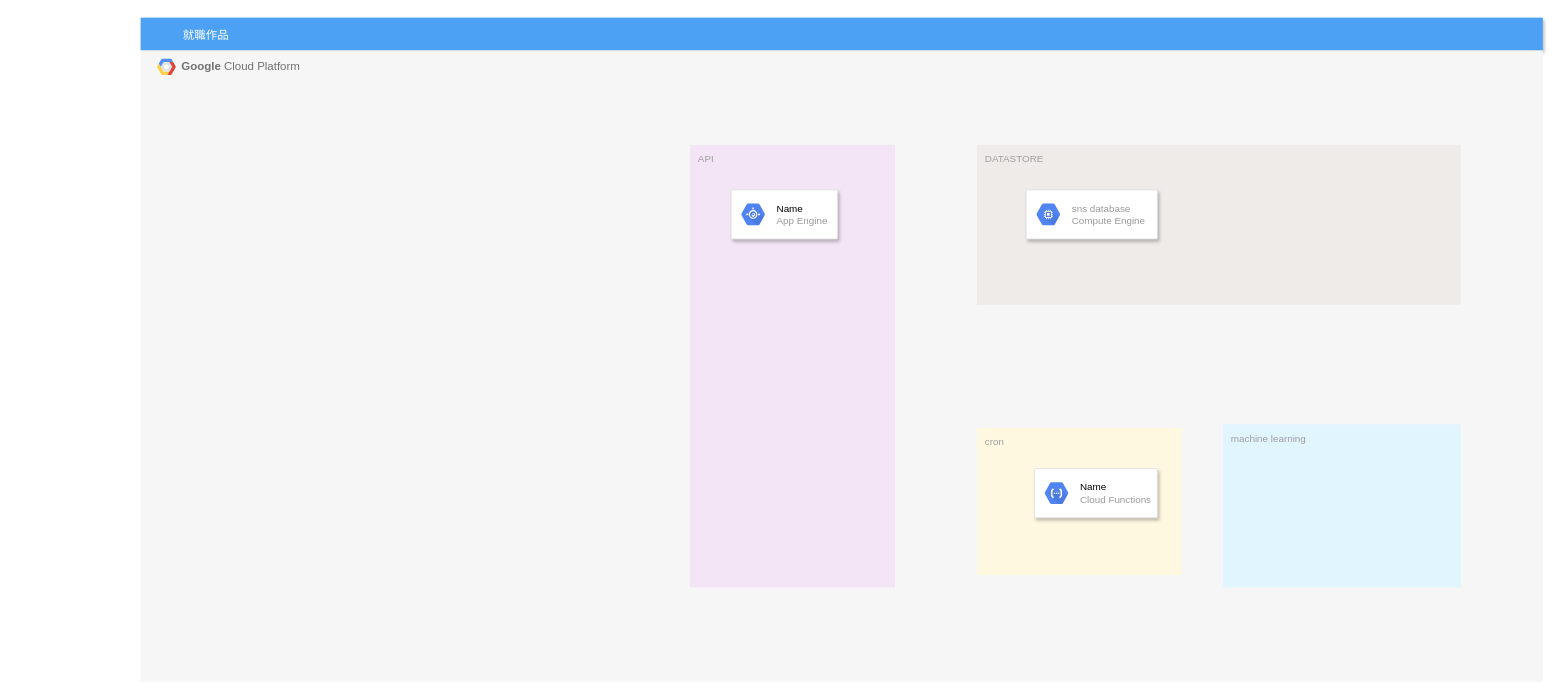
Azu0925/syusyokusakuhin keeps this draw.io diagram as doc/infrastructure/infrastructure.drawio. Above is the earlier version. Source tidied: cells renumbered, new cells numbered last; positions are measured from the earlier drawing's top-left corner, leaving out a move shared by most shapes. Both pictures are drawn from the tidied source at 82%, with x=0, y=0 at pixel (140, 17). Pictures stored in the file or linked from it are replaced by grey dashed boxes.
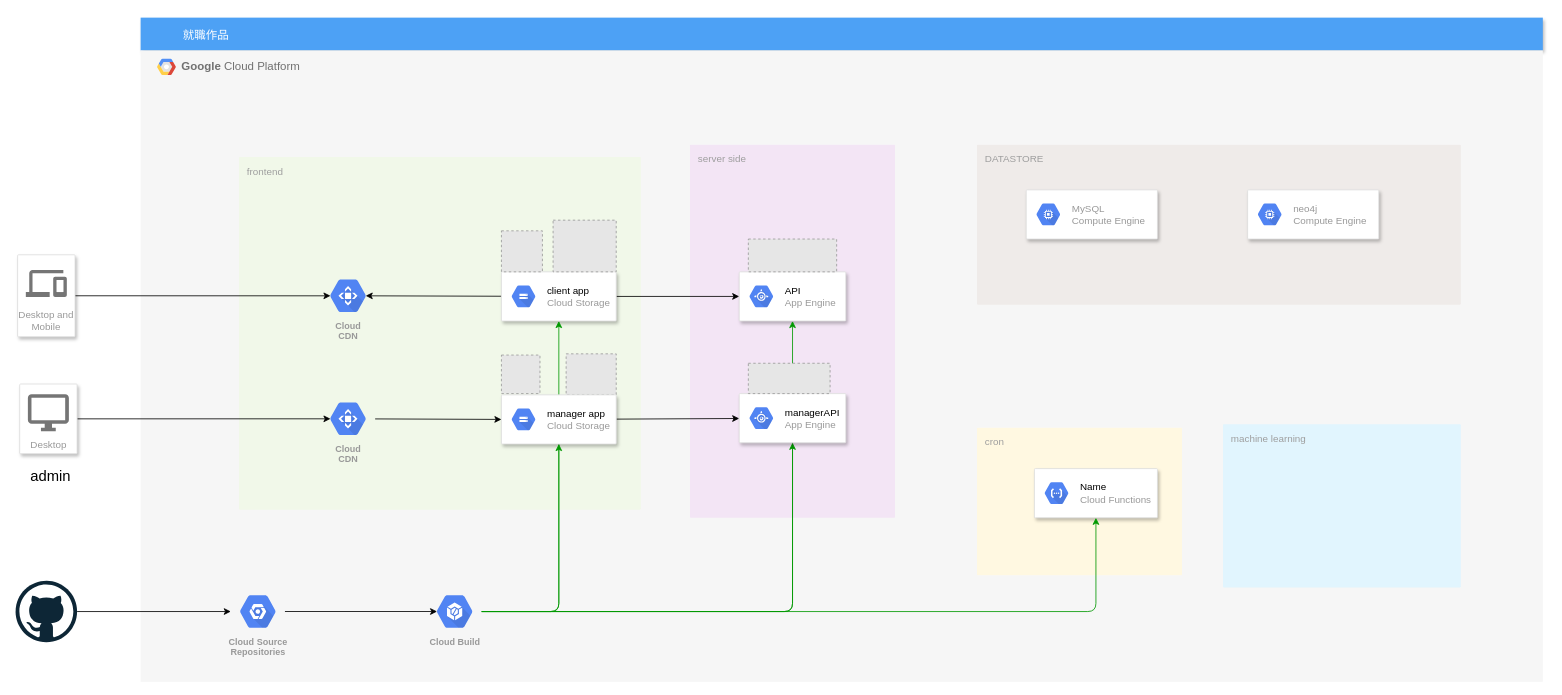
The same diagram, later.

Commit message (it also covers changes not shown here):
インフラアーキテクチャ図作成途中

Unchanged cells that the change refers to:
```xml
<mxCell id="3" value="&lt;b&gt;Google &lt;/b&gt;Cloud Platform" style="fillColor=#F6F6F6;strokeColor=none;shadow=0;gradientColor=none;fontSize=14;align=left;spacing=10;fontColor=#717171;9E9E9E;verticalAlign=top;spacingTop=-4;fontStyle=0;spacingLeft=40;html=1;" parent="1" vertex="1">
  <mxGeometry y="40" width="1710" height="770" as="geometry" />
</mxCell>
<mxCell id="9" style="strokeColor=#dddddd;shadow=1;strokeWidth=1;rounded=1;absoluteArcSize=1;arcSize=2;" parent="3" vertex="1">
  <mxGeometry x="1090" y="510" width="150" height="60" as="geometry" />
</mxCell>
<mxCell id="13" style="strokeColor=#dddddd;shadow=1;strokeWidth=1;rounded=1;absoluteArcSize=1;arcSize=2;" parent="1" vertex="1">
  <mxGeometry x="1080" y="210" width="160" height="60" as="geometry" />
</mxCell>
```

Change to the diagram source:
```diff
@@
-    <mxCell id="7" value="API" style="rounded=1;absoluteArcSize=1;arcSize=2;html=1;strokeColor=none;gradientColor=none;shadow=0;dashed=0;fontSize=12;fontColor=#9E9E9E;align=left;verticalAlign=top;spacing=10;spacingTop=-4;fillColor=#F3E5F5;" parent="3" vertex="1">
-      <mxGeometry x="670" y="115" width="250" height="540" as="geometry" />
+    <mxCell id="7" value="server side" style="rounded=1;absoluteArcSize=1;arcSize=2;html=1;strokeColor=none;gradientColor=none;shadow=0;dashed=0;fontSize=12;fontColor=#9E9E9E;align=left;verticalAlign=top;spacing=10;spacingTop=-4;fillColor=#F3E5F5;" parent="3" vertex="1">
+      <mxGeometry x="670" y="115" width="250" height="455" as="geometry" />
     </mxCell>
@@
     <mxCell id="11" style="strokeColor=#dddddd;shadow=1;strokeWidth=1;rounded=1;absoluteArcSize=1;arcSize=2;" parent="3" vertex="1">
-      <mxGeometry x="720" y="170" width="130" height="60" as="geometry" />
+      <mxGeometry x="730" y="270" width="130" height="60" as="geometry" />
     </mxCell>
-    <mxCell id="12" value="&lt;font color=&quot;#000000&quot;&gt;Name&lt;/font&gt;&lt;br&gt;App Engine" style="dashed=0;html=1;fillColor=#5184F3;strokeColor=none;shape=mxgraph.gcp2.hexIcon;prIcon=app_engine;labelPosition=right;verticalLabelPosition=middle;align=left;verticalAlign=middle;spacingLeft=5;fontColor=#999999;fontSize=12;" parent="11" vertex="1">
+    <mxCell id="12" value="&lt;font color=&quot;#000000&quot;&gt;API&lt;/font&gt;&lt;br&gt;App Engine" style="dashed=0;html=1;fillColor=#5184F3;strokeColor=none;shape=mxgraph.gcp2.hexIcon;prIcon=app_engine;labelPosition=right;verticalLabelPosition=middle;align=left;verticalAlign=middle;spacingLeft=5;fontColor=#999999;fontSize=12;" parent="11" vertex="1">
       <mxGeometry y="0.5" width="44" height="39" relative="1" as="geometry">
         <mxPoint x="5" y="-19.5" as="offset" />
       </mxGeometry>
     </mxCell>
+    <mxCell id="15" style="strokeColor=#dddddd;shadow=1;strokeWidth=1;rounded=1;absoluteArcSize=1;arcSize=2;" parent="3" vertex="1">
+      <mxGeometry x="1350" y="170" width="160" height="60" as="geometry" />
+    </mxCell>
+    <mxCell id="16" value="neo4j&lt;br&gt;Compute Engine" style="dashed=0;html=1;fillColor=#5184F3;strokeColor=none;shape=mxgraph.gcp2.hexIcon;prIcon=compute_engine;labelPosition=right;verticalLabelPosition=middle;align=left;verticalAlign=middle;spacingLeft=5;fontColor=#999999;fontSize=12;" parent="15" vertex="1">
+      <mxGeometry y="0.5" width="44" height="39" relative="1" as="geometry">
+        <mxPoint x="5" y="-19.5" as="offset" />
+      </mxGeometry>
+    </mxCell>
+    <mxCell id="17" value="frontend" style="rounded=1;absoluteArcSize=1;arcSize=2;html=1;strokeColor=none;gradientColor=none;shadow=0;dashed=0;fontSize=12;fontColor=#9E9E9E;align=left;verticalAlign=top;spacing=10;spacingTop=-4;fillColor=#F1F8E9;" parent="3" vertex="1">
+      <mxGeometry x="120" y="130" width="490" height="430" as="geometry" />
+    </mxCell>
+    <mxCell id="18" style="edgeStyle=none;html=1;entryX=0.825;entryY=0.5;entryDx=0;entryDy=0;entryPerimeter=0;" parent="3" edge="1" source="20" target="22">
+      <mxGeometry relative="1" as="geometry" />
+    </mxCell>
+    <mxCell id="19" style="edgeStyle=none;html=1;entryX=0;entryY=0.5;entryDx=0;entryDy=0;" parent="3" edge="1" source="20" target="11">
+      <mxGeometry relative="1" as="geometry" />
+    </mxCell>
+    <mxCell id="20" style="strokeColor=#dddddd;shadow=1;strokeWidth=1;rounded=1;absoluteArcSize=1;arcSize=2;" parent="3" vertex="1">
+      <mxGeometry x="440" y="270" width="140" height="60" as="geometry" />
+    </mxCell>
+    <mxCell id="21" value="&lt;font color=&quot;#000000&quot;&gt;client app&lt;/font&gt;&lt;br&gt;Cloud Storage" style="dashed=0;html=1;fillColor=#5184F3;strokeColor=none;shape=mxgraph.gcp2.hexIcon;prIcon=cloud_storage;labelPosition=right;verticalLabelPosition=middle;align=left;verticalAlign=middle;spacingLeft=5;fontColor=#999999;fontSize=12;" parent="20" vertex="1">
+      <mxGeometry y="0.5" width="44" height="39" relative="1" as="geometry">
+        <mxPoint x="5" y="-19.5" as="offset" />
+      </mxGeometry>
+    </mxCell>
+    <mxCell id="22" value="Cloud&#10;CDN" style="html=1;fillColor=#5184F3;strokeColor=none;verticalAlign=top;labelPosition=center;verticalLabelPosition=bottom;align=center;spacingTop=-6;fontSize=11;fontStyle=1;fontColor=#999999;shape=mxgraph.gcp2.hexIcon;prIcon=cloud_cdn;" parent="3" vertex="1">
+      <mxGeometry x="220" y="270" width="66" height="58.5" as="geometry" />
+    </mxCell>
+    <mxCell id="23" style="fillColor=#E6E6E6;strokeColor=#999999;dashed=1;verticalLabelPosition=bottom;labelBackgroundColor=#ffffff;verticalAlign=top;" parent="3" vertex="1">
+      <mxGeometry x="503" y="207" width="77" height="63" as="geometry" />
+    </mxCell>
+    <mxCell id="24" style="edgeStyle=none;html=1;entryX=0.175;entryY=0.5;entryDx=0;entryDy=0;entryPerimeter=0;" parent="3" edge="1" source="25" target="30">
+      <mxGeometry relative="1" as="geometry" />
+    </mxCell>
+    <mxCell id="25" value="Cloud Source&#10;Repositories" style="html=1;fillColor=#5184F3;strokeColor=none;verticalAlign=top;labelPosition=center;verticalLabelPosition=bottom;align=center;spacingTop=-6;fontSize=11;fontStyle=1;fontColor=#999999;shape=mxgraph.gcp2.hexIcon;prIcon=placeholder;" parent="3" vertex="1">
+      <mxGeometry x="110" y="655" width="66" height="58.5" as="geometry" />
+    </mxCell>
+    <mxCell id="26" style="edgeStyle=orthogonalEdgeStyle;html=1;entryX=0.5;entryY=1;entryDx=0;entryDy=0;strokeColor=#009900;" parent="3" edge="1" source="30" target="20">
+      <mxGeometry relative="1" as="geometry" />
+    </mxCell>
+    <mxCell id="27" style="edgeStyle=orthogonalEdgeStyle;html=1;entryX=0.5;entryY=1;entryDx=0;entryDy=0;strokeColor=#009900;" parent="3" edge="1" source="30" target="31">
+      <mxGeometry relative="1" as="geometry" />
+    </mxCell>
+    <mxCell id="28" style="edgeStyle=orthogonalEdgeStyle;html=1;entryX=0.5;entryY=1;entryDx=0;entryDy=0;strokeColor=#009900;" parent="3" edge="1" source="30" target="11">
+      <mxGeometry relative="1" as="geometry" />
+    </mxCell>
+    <mxCell id="29" style="edgeStyle=orthogonalEdgeStyle;html=1;entryX=0.5;entryY=1;entryDx=0;entryDy=0;strokeColor=#009900;" parent="3" edge="1" source="30" target="9">
+      <mxGeometry relative="1" as="geometry" />
+    </mxCell>
+    <mxCell id="30" value="Cloud Build" style="html=1;fillColor=#5184F3;strokeColor=none;verticalAlign=top;labelPosition=center;verticalLabelPosition=bottom;align=center;spacingTop=-6;fontSize=11;fontStyle=1;fontColor=#999999;shape=mxgraph.gcp2.hexIcon;prIcon=container_builder;" parent="3" vertex="1">
+      <mxGeometry x="350" y="655" width="66" height="58.5" as="geometry" />
+    </mxCell>
+    <mxCell id="31" style="strokeColor=#dddddd;shadow=1;strokeWidth=1;rounded=1;absoluteArcSize=1;arcSize=2;" parent="3" vertex="1">
+      <mxGeometry x="730" y="418.5" width="130" height="60" as="geometry" />
+    </mxCell>
+    <mxCell id="32" value="&lt;font color=&quot;#000000&quot;&gt;managerAPI&lt;/font&gt;&lt;br&gt;App Engine" style="dashed=0;html=1;fillColor=#5184F3;strokeColor=none;shape=mxgraph.gcp2.hexIcon;prIcon=app_engine;labelPosition=right;verticalLabelPosition=middle;align=left;verticalAlign=middle;spacingLeft=5;fontColor=#999999;fontSize=12;" parent="31" vertex="1">
+      <mxGeometry y="0.5" width="44" height="39" relative="1" as="geometry">
+        <mxPoint x="5" y="-19.5" as="offset" />
+      </mxGeometry>
+    </mxCell>
+    <mxCell id="33" value="Cloud&#10;CDN" style="html=1;fillColor=#5184F3;strokeColor=none;verticalAlign=top;labelPosition=center;verticalLabelPosition=bottom;align=center;spacingTop=-6;fontSize=11;fontStyle=1;fontColor=#999999;shape=mxgraph.gcp2.hexIcon;prIcon=cloud_cdn;" parent="3" vertex="1">
+      <mxGeometry x="220" y="420" width="66" height="58.5" as="geometry" />
+    </mxCell>
+    <mxCell id="34" style="fillColor=#E6E6E6;strokeColor=#999999;dashed=1;verticalLabelPosition=bottom;labelBackgroundColor=#ffffff;verticalAlign=top;" parent="3" vertex="1">
+      <mxGeometry x="741.1" y="230" width="107.7" height="40" as="geometry" />
+    </mxCell>
+    <mxCell id="35" style="fillColor=#E6E6E6;strokeColor=#999999;dashed=1;verticalLabelPosition=bottom;labelBackgroundColor=#ffffff;verticalAlign=top;" parent="3" vertex="1">
+      <mxGeometry x="741.1" y="381.5" width="99.7" height="37" as="geometry" />
+    </mxCell>
+    <mxCell id="36" style="fillColor=#E6E6E6;strokeColor=#999999;dashed=1;verticalLabelPosition=bottom;labelBackgroundColor=#ffffff;verticalAlign=top;" parent="3" vertex="1">
+      <mxGeometry x="518.9" y="370" width="61.1" height="50" as="geometry" />
+    </mxCell>
+    <mxCell id="37" style="fillColor=#E6E6E6;strokeColor=#999999;dashed=1;verticalLabelPosition=bottom;labelBackgroundColor=#ffffff;verticalAlign=top;" parent="3" vertex="1">
+      <mxGeometry x="440" y="220" width="50" height="50" as="geometry" />
+    </mxCell>
+    <mxCell id="38" style="fillColor=#E6E6E6;strokeColor=#999999;dashed=1;verticalLabelPosition=bottom;labelBackgroundColor=#ffffff;verticalAlign=top;" parent="3" vertex="1">
+      <mxGeometry x="440" y="371.5" width="47" height="47" as="geometry" />
+    </mxCell>
@@
-    <mxCell id="14" value="sns database&lt;br&gt;Compute Engine" style="dashed=0;html=1;fillColor=#5184F3;strokeColor=none;shape=mxgraph.gcp2.hexIcon;prIcon=compute_engine;labelPosition=right;verticalLabelPosition=middle;align=left;verticalAlign=middle;spacingLeft=5;fontColor=#999999;fontSize=12;" parent="13" vertex="1">
+    <mxCell id="14" value="MySQL&lt;br&gt;Compute Engine" style="dashed=0;html=1;fillColor=#5184F3;strokeColor=none;shape=mxgraph.gcp2.hexIcon;prIcon=compute_engine;labelPosition=right;verticalLabelPosition=middle;align=left;verticalAlign=middle;spacingLeft=5;fontColor=#999999;fontSize=12;" parent="13" vertex="1">
       <mxGeometry y="0.5" width="44" height="39" relative="1" as="geometry">
         <mxPoint x="5" y="-19.5" as="offset" />
       </mxGeometry>
     </mxCell>
+    <mxCell id="39" style="edgeStyle=none;html=1;" parent="1" edge="1" source="40" target="25">
+      <mxGeometry relative="1" as="geometry" />
+    </mxCell>
+    <mxCell id="40" style="dashed=0;outlineConnect=0;html=1;align=center;labelPosition=center;verticalLabelPosition=bottom;verticalAlign=top;shape=mxgraph.weblogos.github;" parent="1" vertex="1">
+      <mxGeometry x="-152.5" y="686.8" width="75" height="75" as="geometry" />
+    </mxCell>
+    <mxCell id="41" style="edgeStyle=none;html=1;exitX=1;exitY=0.5;exitDx=0;exitDy=0;entryX=0.175;entryY=0.5;entryDx=0;entryDy=0;entryPerimeter=0;" parent="1" edge="1" source="42" target="22">
+      <mxGeometry relative="1" as="geometry" />
+    </mxCell>
+    <mxCell id="42" value="Desktop and Mobile" style="strokeColor=#dddddd;shadow=1;strokeWidth=1;rounded=1;absoluteArcSize=1;arcSize=2;labelPosition=center;verticalLabelPosition=middle;align=center;verticalAlign=bottom;spacingLeft=0;fontColor=#999999;fontSize=12;whiteSpace=wrap;spacingBottom=2;" parent="1" vertex="1">
+      <mxGeometry x="-150" y="289.2" width="70" height="100" as="geometry" />
+    </mxCell>
+    <mxCell id="43" style="dashed=0;html=1;fillColor=#757575;strokeColor=none;shape=mxgraph.gcp2.desktop_and_mobile;" parent="42" vertex="1">
+      <mxGeometry x="0.5" width="50" height="33" relative="1" as="geometry">
+        <mxPoint x="-25" y="18.5" as="offset" />
+      </mxGeometry>
+    </mxCell>
+    <mxCell id="44" style="edgeStyle=none;html=1;" parent="1" edge="1" source="45" target="31">
+      <mxGeometry relative="1" as="geometry" />
+    </mxCell>
+    <mxCell id="45" style="strokeColor=#dddddd;shadow=1;strokeWidth=1;rounded=1;absoluteArcSize=1;arcSize=2;" parent="1" vertex="1">
+      <mxGeometry x="440" y="460" width="140" height="60" as="geometry" />
+    </mxCell>
+    <mxCell id="46" value="&lt;font color=&quot;#000000&quot;&gt;manager app&lt;/font&gt;&lt;br&gt;Cloud Storage" style="dashed=0;html=1;fillColor=#5184F3;strokeColor=none;shape=mxgraph.gcp2.hexIcon;prIcon=cloud_storage;labelPosition=right;verticalLabelPosition=middle;align=left;verticalAlign=middle;spacingLeft=5;fontColor=#999999;fontSize=12;" parent="45" vertex="1">
+      <mxGeometry y="0.5" width="44" height="39" relative="1" as="geometry">
+        <mxPoint x="5" y="-19.5" as="offset" />
+      </mxGeometry>
+    </mxCell>
+    <mxCell id="47" style="edgeStyle=none;html=1;entryX=0.175;entryY=0.5;entryDx=0;entryDy=0;entryPerimeter=0;" parent="1" edge="1" source="48" target="33">
+      <mxGeometry relative="1" as="geometry" />
+    </mxCell>
+    <mxCell id="48" value="Desktop" style="strokeColor=#dddddd;shadow=1;strokeWidth=1;rounded=1;absoluteArcSize=1;arcSize=2;labelPosition=center;verticalLabelPosition=middle;align=center;verticalAlign=bottom;spacingLeft=0;fontColor=#999999;fontSize=12;whiteSpace=wrap;spacingBottom=2;" parent="1" vertex="1">
+      <mxGeometry x="-147.5" y="446.8" width="70" height="85" as="geometry" />
+    </mxCell>
+    <mxCell id="49" style="dashed=0;html=1;fillColor=#757575;strokeColor=none;shape=mxgraph.gcp2.desktop;" parent="48" vertex="1">
+      <mxGeometry x="0.5" width="50" height="45" relative="1" as="geometry">
+        <mxPoint x="-25" y="12.5" as="offset" />
+      </mxGeometry>
+    </mxCell>
+    <mxCell id="50" style="edgeStyle=none;html=1;entryX=0;entryY=0.5;entryDx=0;entryDy=0;" parent="1" edge="1" source="33" target="45">
+      <mxGeometry relative="1" as="geometry" />
+    </mxCell>
+    <mxCell id="51" style="edgeStyle=orthogonalEdgeStyle;html=1;entryX=0.5;entryY=1;entryDx=0;entryDy=0;strokeColor=#009900;" parent="1" edge="1" source="30" target="45">
+      <mxGeometry relative="1" as="geometry" />
+    </mxCell>
+    <mxCell id="52" value="&lt;font style=&quot;font-size: 18px&quot;&gt;admin&lt;/font&gt;" style="text;html=1;align=center;verticalAlign=middle;strokeColor=none;" parent="1" vertex="1">
+      <mxGeometry x="-140" y="550" width="60" height="20" as="geometry" />
+    </mxCell>
```
